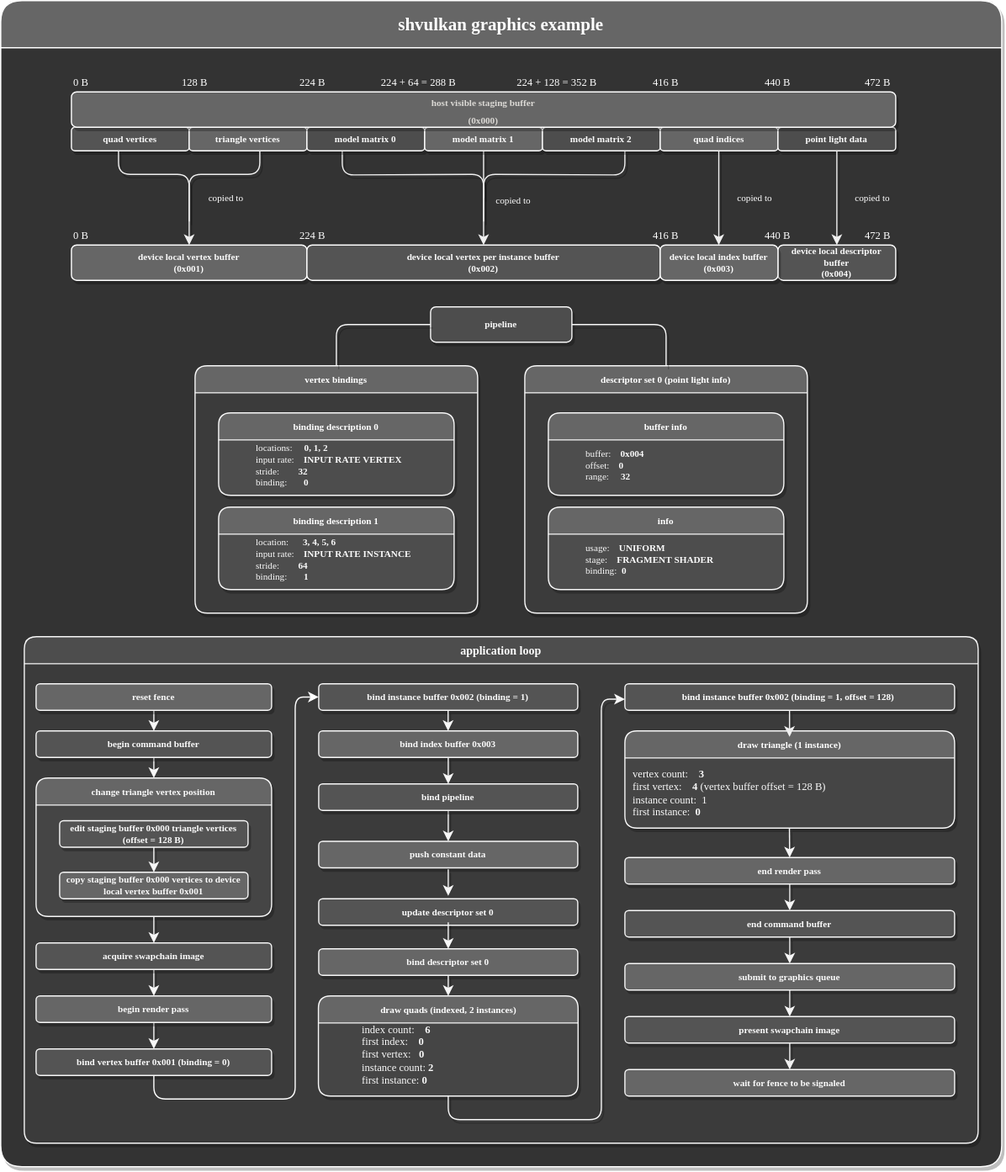
This is examples/diagrams/shvulkan graphics.drawio.svg from MrSinho/shvulkan, a draw.io export, as it was before one commit. Source tidied: cells renumbered, new cells last; positions are measured from the earlier drawing's top-left corner, leaving out a move shared by most shapes.
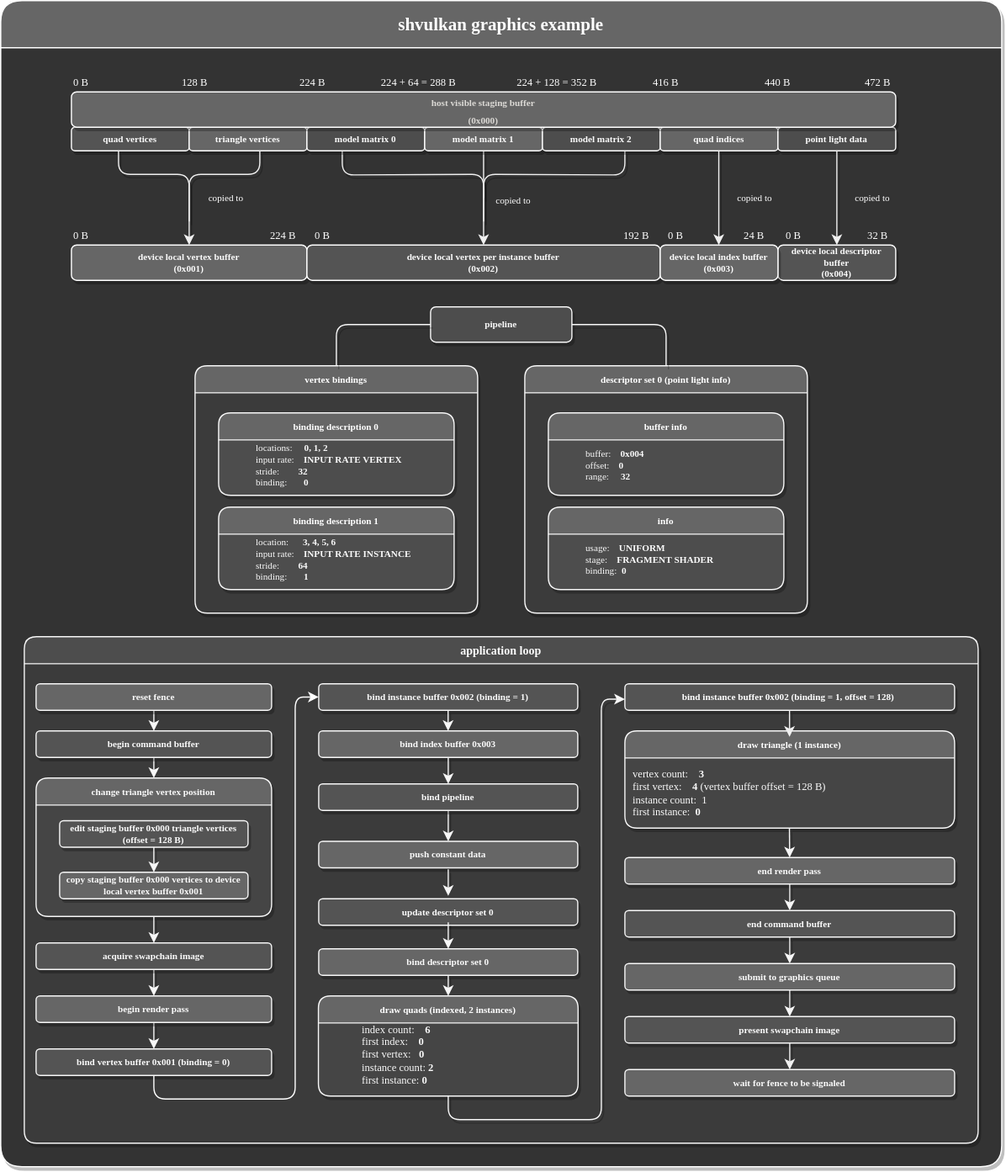
After the commit.

Change to the diagram source:
```diff
@@ -351,23 +351,32 @@
       <mxGeometry relative="1" as="geometry" />
     </mxCell>
     <mxCell id="90" value="224 B" style="text;html=1;strokeColor=none;fillColor=none;align=center;verticalAlign=bottom;whiteSpace=wrap;rounded=0;fontFamily=consolas;fontSize=9;fontColor=#FFFFFF;" parent="2" vertex="1">
-      <mxGeometry x="240" y="190" width="50" height="17.5" as="geometry" />
+      <mxGeometry x="215" y="190" width="50" height="17.5" as="geometry" />
     </mxCell>
     <mxCell id="91" value="0 B" style="text;html=1;strokeColor=none;fillColor=none;align=left;verticalAlign=bottom;whiteSpace=wrap;rounded=0;fontFamily=consolas;fontSize=9;fontColor=#FFFFFF;" parent="2" vertex="1">
       <mxGeometry x="60" y="190" width="50" height="17.5" as="geometry" />
     </mxCell>
-    <mxCell id="92" value="416 B" style="text;html=1;strokeColor=none;fillColor=none;align=center;verticalAlign=bottom;whiteSpace=wrap;rounded=0;fontFamily=consolas;fontSize=9;fontColor=#FFFFFF;" parent="2" vertex="1">
-      <mxGeometry x="540" y="190" width="50" height="17.5" as="geometry" />
-    </mxCell>
-    <mxCell id="93" value="440 B" style="text;html=1;strokeColor=none;fillColor=none;align=center;verticalAlign=bottom;whiteSpace=wrap;rounded=0;fontFamily=consolas;fontSize=9;fontColor=#FFFFFF;" parent="2" vertex="1">
-      <mxGeometry x="635" y="190" width="50" height="17.5" as="geometry" />
+    <mxCell id="93" value="24 B" style="text;html=1;strokeColor=none;fillColor=none;align=center;verticalAlign=bottom;whiteSpace=wrap;rounded=0;fontFamily=consolas;fontSize=9;fontColor=#FFFFFF;" parent="2" vertex="1">
+      <mxGeometry x="615" y="190" width="50" height="17.5" as="geometry" />
     </mxCell>
-    <mxCell id="94" value="472 B" style="text;html=1;strokeColor=none;fillColor=none;align=center;verticalAlign=bottom;whiteSpace=wrap;rounded=0;fontFamily=consolas;fontSize=9;fontColor=#FFFFFF;" parent="2" vertex="1">
+    <mxCell id="94" value="32 B" style="text;html=1;strokeColor=none;fillColor=none;align=center;verticalAlign=bottom;whiteSpace=wrap;rounded=0;fontFamily=consolas;fontSize=9;fontColor=#FFFFFF;" parent="2" vertex="1">
       <mxGeometry x="720" y="190" width="50" height="17.5" as="geometry" />
     </mxCell>
     <mxCell id="95" style="edgeStyle=orthogonalEdgeStyle;rounded=1;jettySize=auto;html=1;exitX=0.5;exitY=1;exitDx=0;exitDy=0;strokeColor=#FFFFFF;entryX=0;entryY=0.5;entryDx=0;entryDy=0;" parent="2" edge="1" source="50" target="7">
       <mxGeometry relative="1" as="geometry" />
     </mxCell>
+    <mxCell id="99" value="0 B" style="text;html=1;strokeColor=none;fillColor=none;align=left;verticalAlign=bottom;whiteSpace=wrap;rounded=0;fontFamily=consolas;fontSize=9;fontColor=#FFFFFF;" parent="2" vertex="1">
+      <mxGeometry x="265" y="190" width="50" height="17.5" as="geometry" />
+    </mxCell>
+    <mxCell id="100" value="192 B" style="text;html=1;strokeColor=none;fillColor=none;align=center;verticalAlign=bottom;whiteSpace=wrap;rounded=0;fontFamily=consolas;fontSize=9;fontColor=#FFFFFF;" parent="2" vertex="1">
+      <mxGeometry x="515" y="190" width="50" height="17.5" as="geometry" />
+    </mxCell>
+    <mxCell id="101" value="0 B" style="text;html=1;strokeColor=none;fillColor=none;align=left;verticalAlign=bottom;whiteSpace=wrap;rounded=0;fontFamily=consolas;fontSize=9;fontColor=#FFFFFF;" parent="2" vertex="1">
+      <mxGeometry x="565" y="190" width="50" height="17.5" as="geometry" />
+    </mxCell>
+    <mxCell id="102" value="0 B" style="text;html=1;strokeColor=none;fillColor=none;align=left;verticalAlign=bottom;whiteSpace=wrap;rounded=0;fontFamily=consolas;fontSize=9;fontColor=#FFFFFF;" parent="2" vertex="1">
+      <mxGeometry x="665" y="190" width="50" height="17.5" as="geometry" />
+    </mxCell>
     <mxCell id="96" value="edit staging buffer 0x000 triangle vertices (offset = 128 B)" style="whiteSpace=wrap;html=1;align=center;fontFamily=consolas;fontSize=8;fontStyle=1;fillColor=#545454;fontColor=#FAFAFA;strokeColor=#F7F7F7;rounded=1;shadow=1;labelBackgroundColor=none;" parent="1" vertex="1">
       <mxGeometry x="50" y="696.2" width="160" height="22.5" as="geometry" />
     </mxCell>
```
